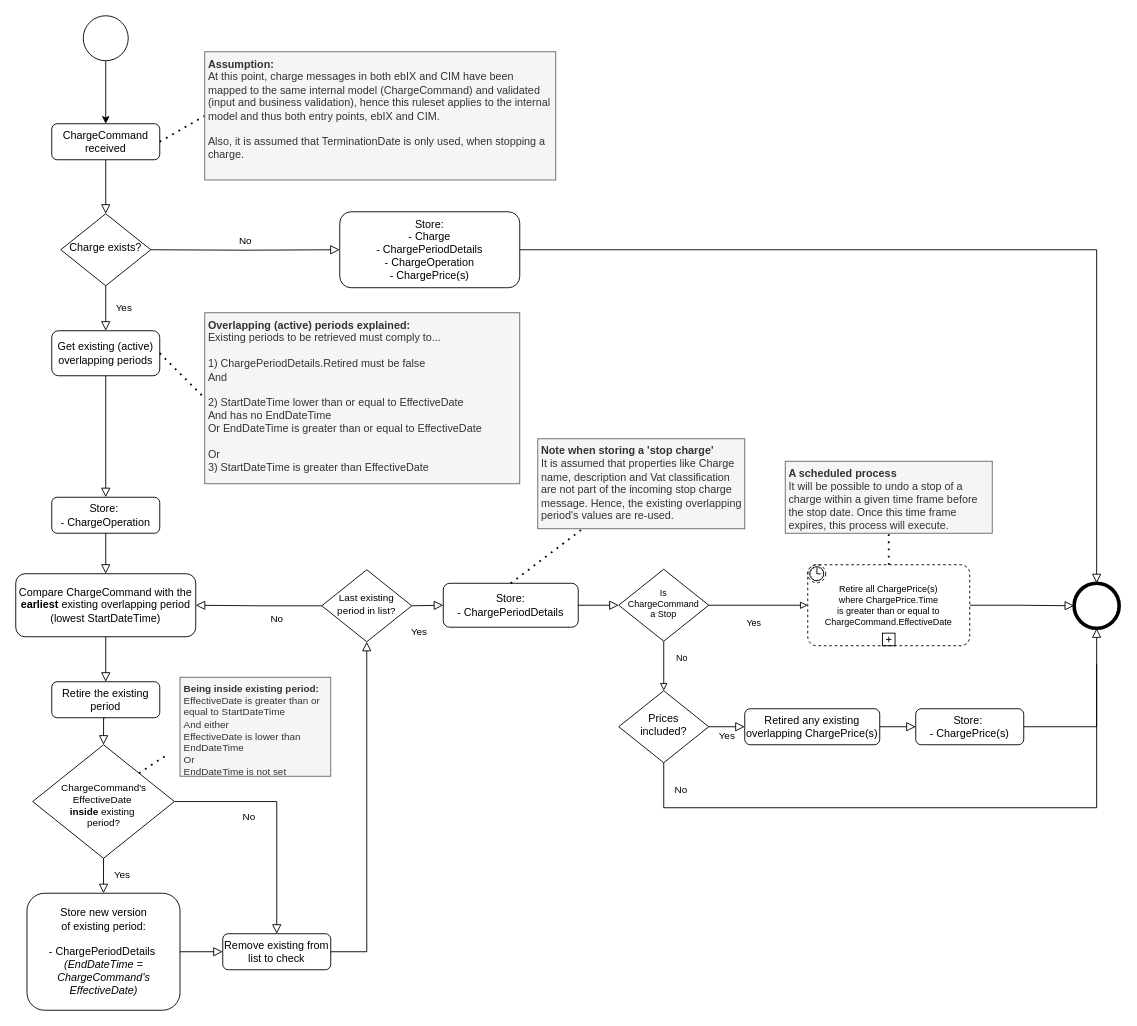
Energinet-DataHub/ARCHIVED-geh-charges keeps this draw.io diagram as docs/images/PersistingChargesRuleSet_ProcessFlow.drawio. Above is the earlier version. Source tidied: cells renumbered, new cells numbered last; positions are measured from the earlier drawing's top-left corner, leaving out a move shared by most shapes. Both pictures are drawn from the tidied source at 90%, with x=0, y=0 at pixel (15, 15).
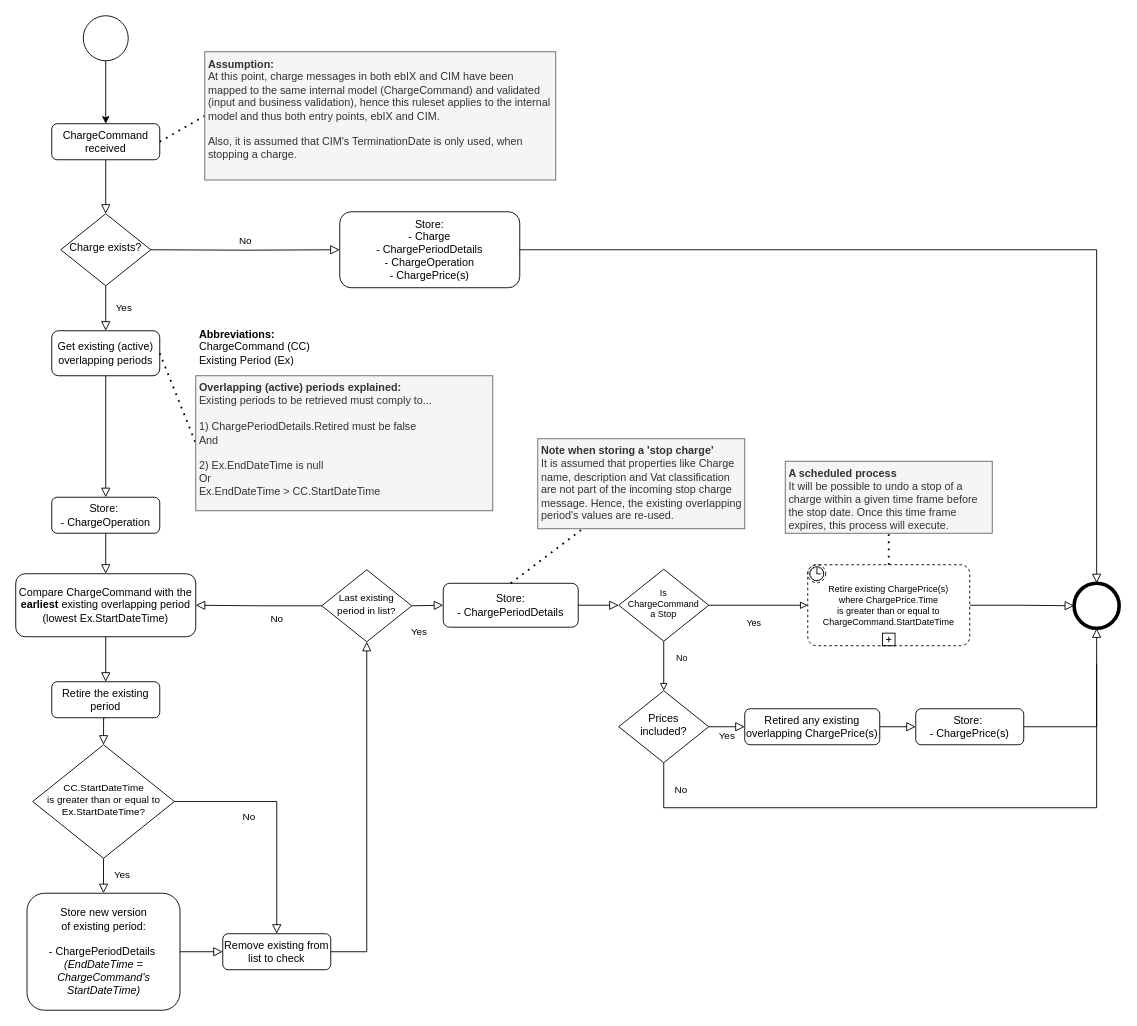
Above is the later version.

Commit message (it also covers changes not shown here):
SimplifyOverLapExPeriodConditionsAndUseAbbr

What changed in the source:
```diff
@@
-    <mxCell id="12" value="Compare ChargeCommand with the &lt;b&gt;earliest &lt;/b&gt;existing overlapping period (lowest StartDateTime)" style="rounded=1;whiteSpace=wrap;html=1;fontSize=12;glass=0;strokeWidth=1;shadow=0;" parent="1" vertex="1">
+    <mxCell id="12" value="Compare ChargeCommand with the &lt;b&gt;earliest &lt;/b&gt;existing overlapping period (lowest Ex.StartDateTime)" style="rounded=1;whiteSpace=wrap;html=1;fontSize=12;glass=0;strokeWidth=1;shadow=0;" parent="1" vertex="1">
       <mxGeometry y="620" width="200" height="70" as="geometry" />
     </mxCell>
@@
-    <mxCell id="21" value="&lt;font style=&quot;font-size: 11px&quot;&gt;&lt;br&gt;ChargeCommand's&lt;br&gt;EffectiveDate&amp;nbsp;&lt;br&gt;&lt;b&gt;inside&amp;nbsp;&lt;/b&gt;existing&amp;nbsp;&lt;br&gt;period?&lt;/font&gt;" style="rhombus;whiteSpace=wrap;html=1;shadow=0;fontFamily=Helvetica;fontSize=10;align=center;strokeWidth=1;spacing=6;spacingTop=-4;" parent="1" vertex="1">
+    <mxCell id="21" value="&lt;font style=&quot;font-size: 11px&quot;&gt;CC.StartDateTime&lt;br&gt;is greater than or equal to&lt;br&gt;Ex.StartDateTime?&lt;br&gt;&lt;/font&gt;" style="rhombus;whiteSpace=wrap;html=1;shadow=0;fontFamily=Helvetica;fontSize=10;align=center;strokeWidth=1;spacing=6;spacingTop=-4;" parent="1" vertex="1">
       <mxGeometry x="18.8" y="810" width="157.5" height="126.2" as="geometry" />
     </mxCell>
@@
-    <mxCell id="24" value="Store new version &lt;br&gt;of existing period:&lt;br&gt;&amp;nbsp;&lt;br&gt;- ChargePeriodDetails&amp;nbsp;&lt;br&gt;&lt;i&gt;(EndDateTime = ChargeCommand's EffectiveDate)&lt;/i&gt;" style="rounded=1;whiteSpace=wrap;html=1;fontSize=12;glass=0;strokeWidth=1;shadow=0;" parent="1" vertex="1">
+    <mxCell id="24" value="Store new version &lt;br&gt;of existing period:&lt;br&gt;&amp;nbsp;&lt;br&gt;- ChargePeriodDetails&amp;nbsp;&lt;br&gt;&lt;i&gt;(EndDateTime = ChargeCommand's StartDateTime)&lt;/i&gt;" style="rounded=1;whiteSpace=wrap;html=1;fontSize=12;glass=0;strokeWidth=1;shadow=0;" parent="1" vertex="1">
       <mxGeometry x="12.5" y="975" width="170" height="130" as="geometry" />
     </mxCell>
@@
-    <mxCell id="41" value="&lt;b&gt;Assumption:&amp;nbsp;&lt;/b&gt;&lt;br&gt;At this point, charge messages in both ebIX and CIM have been mapped to the same internal model (ChargeCommand) and validated (input and business validation), hence this ruleset applies to the internal model and thus both entry points, ebIX and CIM.&lt;br&gt;&lt;br&gt;Also, it is assumed that TerminationDate is only used, when stopping a charge.&amp;nbsp;" style="text;html=1;strokeColor=#666666;fillColor=#f5f5f5;align=left;verticalAlign=top;whiteSpace=wrap;rounded=0;fontColor=#333333;perimeterSpacing=0;spacingTop=0;spacingLeft=2;spacingBottom=2;" parent="1" vertex="1">
+    <mxCell id="41" value="&lt;b&gt;Assumption:&amp;nbsp;&lt;/b&gt;&lt;br&gt;At this point, charge messages in both ebIX and CIM have been mapped to the same internal model (ChargeCommand) and validated (input and business validation), hence this ruleset applies to the internal model and thus both entry points, ebIX and CIM.&lt;br&gt;&lt;br&gt;Also, it is assumed that CIM's TerminationDate is only used, when stopping a charge.&amp;nbsp;" style="text;html=1;strokeColor=#666666;fillColor=#f5f5f5;align=left;verticalAlign=top;whiteSpace=wrap;rounded=0;fontColor=#333333;perimeterSpacing=0;spacingTop=0;spacingLeft=2;spacingBottom=2;" parent="1" vertex="1">
       <mxGeometry x="210" y="40" width="390" height="142.5" as="geometry" />
     </mxCell>
@@
-    <mxCell id="43" value="&lt;b&gt;Overlapping (active) periods explained:&lt;/b&gt;&lt;br&gt;Existing periods to be retrieved must comply to...&lt;br&gt;&lt;br&gt;1) ChargePeriodDetails.Retired must be false&lt;br&gt;And&amp;nbsp;&lt;br&gt;&lt;br&gt;2) StartDateTime lower than or equal to EffectiveDate&lt;br&gt;And has no EndDateTime&lt;br&gt;Or EndDateTime is greater than or equal to EffectiveDate&lt;br&gt;&lt;br&gt;Or&lt;br&gt;3) StartDateTime is greater than EffectiveDate&lt;br&gt;&lt;div&gt;&lt;br&gt;&lt;/div&gt;" style="text;html=1;strokeColor=#666666;fillColor=#f5f5f5;align=left;verticalAlign=top;whiteSpace=wrap;rounded=0;fontColor=#333333;perimeterSpacing=0;spacingTop=0;spacingLeft=2;spacingBottom=2;" parent="1" vertex="1">
-      <mxGeometry x="210" y="330" width="350" height="190" as="geometry" />
+    <mxCell id="43" value="&lt;b&gt;Overlapping (active) periods explained:&lt;/b&gt;&lt;br&gt;Existing periods to be retrieved must comply to...&lt;br&gt;&lt;br&gt;1) ChargePeriodDetails.Retired must be false&lt;br&gt;And&lt;br&gt;&amp;nbsp;&lt;br&gt;2) Ex.EndDateTime is null&lt;br&gt;Or&amp;nbsp;&lt;br&gt;Ex.EndDateTime &amp;gt; CC.StartDateTime&lt;br&gt;&lt;div&gt;&lt;br&gt;&lt;/div&gt;" style="text;html=1;strokeColor=#666666;fillColor=#f5f5f5;align=left;verticalAlign=top;whiteSpace=wrap;rounded=0;fontColor=#333333;perimeterSpacing=0;spacingTop=0;spacingLeft=2;spacingBottom=2;" parent="1" vertex="1">
+      <mxGeometry x="200" y="400" width="330" height="150" as="geometry" />
     </mxCell>
@@
-    <mxCell id="48" value="Retire all ChargePrice(s) &#10;where ChargePrice.Time&#10;is greater than or equal to &#10;ChargeCommand.EffectiveDate" style="points=[[0.25,0,0],[0.5,0,0],[0.75,0,0],[1,0.25,0],[1,0.5,0],[1,0.75,0],[0.75,1,0],[0.5,1,0],[0.25,1,0],[0,0.75,0],[0,0.5,0],[0,0.25,0]];shape=mxgraph.bpmn.task;rectStyle=rounded;size=10;taskMarker=abstract;bpmnShapeType=subprocess;isLoopSub=1;outline=eventNonint;symbol=timer;fontSize=10;" parent="1" vertex="1">
+    <mxCell id="48" value="Retire existing ChargePrice(s) &#10;where ChargePrice.Time&#10;is greater than or equal to &#10;ChargeCommand.StartDateTime" style="points=[[0.25,0,0],[0.5,0,0],[0.75,0,0],[1,0.25,0],[1,0.5,0],[1,0.75,0],[0.75,1,0],[0.5,1,0],[0.25,1,0],[0,0.75,0],[0,0.5,0],[0,0.25,0]];shape=mxgraph.bpmn.task;rectStyle=rounded;size=10;taskMarker=abstract;bpmnShapeType=subprocess;isLoopSub=1;outline=eventNonint;symbol=timer;fontSize=10;" parent="1" vertex="1">
       <mxGeometry x="880" y="610" width="180" height="90" as="geometry" />
     </mxCell>
@@
-    <mxCell id="51" style="endArrow=none;dashed=1;html=1;dashPattern=1 3;strokeWidth=2;exitX=1;exitY=0;exitDx=0;exitDy=0;" parent="1" edge="1" source="21">
-      <mxGeometry relative="1" as="geometry">
-        <mxPoint x="170" y="820" as="targetPoint" />
-      </mxGeometry>
-    </mxCell>
-    <mxCell id="52" value="&lt;b style=&quot;font-size: 11px&quot;&gt;Being inside existing period:&lt;/b&gt;&lt;br style=&quot;font-size: 11px&quot;&gt;EffectiveDate is greater than or equal to StartDateTime&lt;br style=&quot;font-size: 11px&quot;&gt;And either&lt;br style=&quot;font-size: 11px&quot;&gt;EffectiveDate is lower than EndDateTime&lt;br style=&quot;font-size: 11px&quot;&gt;Or &lt;br&gt;EndDateTime is not set&lt;br style=&quot;font-size: 11px&quot;&gt;&lt;div style=&quot;font-size: 11px&quot;&gt;&lt;br style=&quot;font-size: 11px&quot;&gt;&lt;/div&gt;" style="text;html=1;strokeColor=#666666;fillColor=#f5f5f5;align=left;verticalAlign=top;whiteSpace=wrap;rounded=0;fontColor=#333333;perimeterSpacing=0;spacingTop=0;spacingLeft=2;spacingBottom=2;fontSize=11;" parent="1" vertex="1">
-      <mxGeometry x="182.5" y="735" width="167.5" height="110" as="geometry" />
-    </mxCell>
@@
+    <mxCell id="55" value="&lt;b&gt;Abbreviations:&lt;/b&gt;&lt;br&gt;ChargeCommand (CC)&lt;br&gt;Existing Period (Ex)" style="text;html=1;align=left;verticalAlign=top;whiteSpace=wrap;rounded=0;perimeterSpacing=0;spacingTop=0;spacingLeft=2;spacingBottom=2;dashed=1;" parent="1" vertex="1">
+      <mxGeometry x="200" y="340" width="150" height="60" as="geometry" />
+    </mxCell>
```
